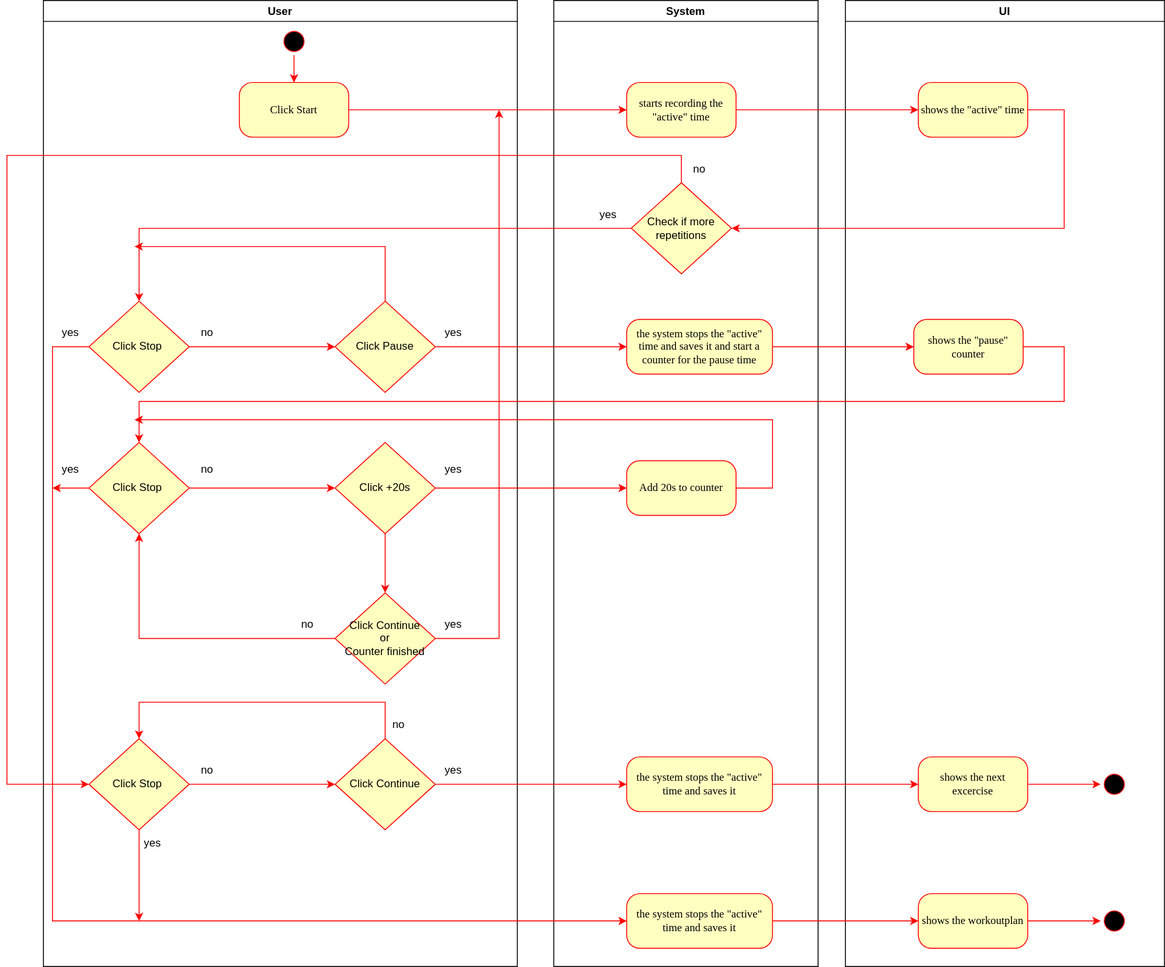
The draw.io diagram Start_Exercise.drawio.svg in willizielke/FitnessWebAppDocumentation, before a commit. Source tidied: cells renumbered, new cells last; positions are measured from the earlier drawing's top-left corner, leaving out a move shared by most shapes.
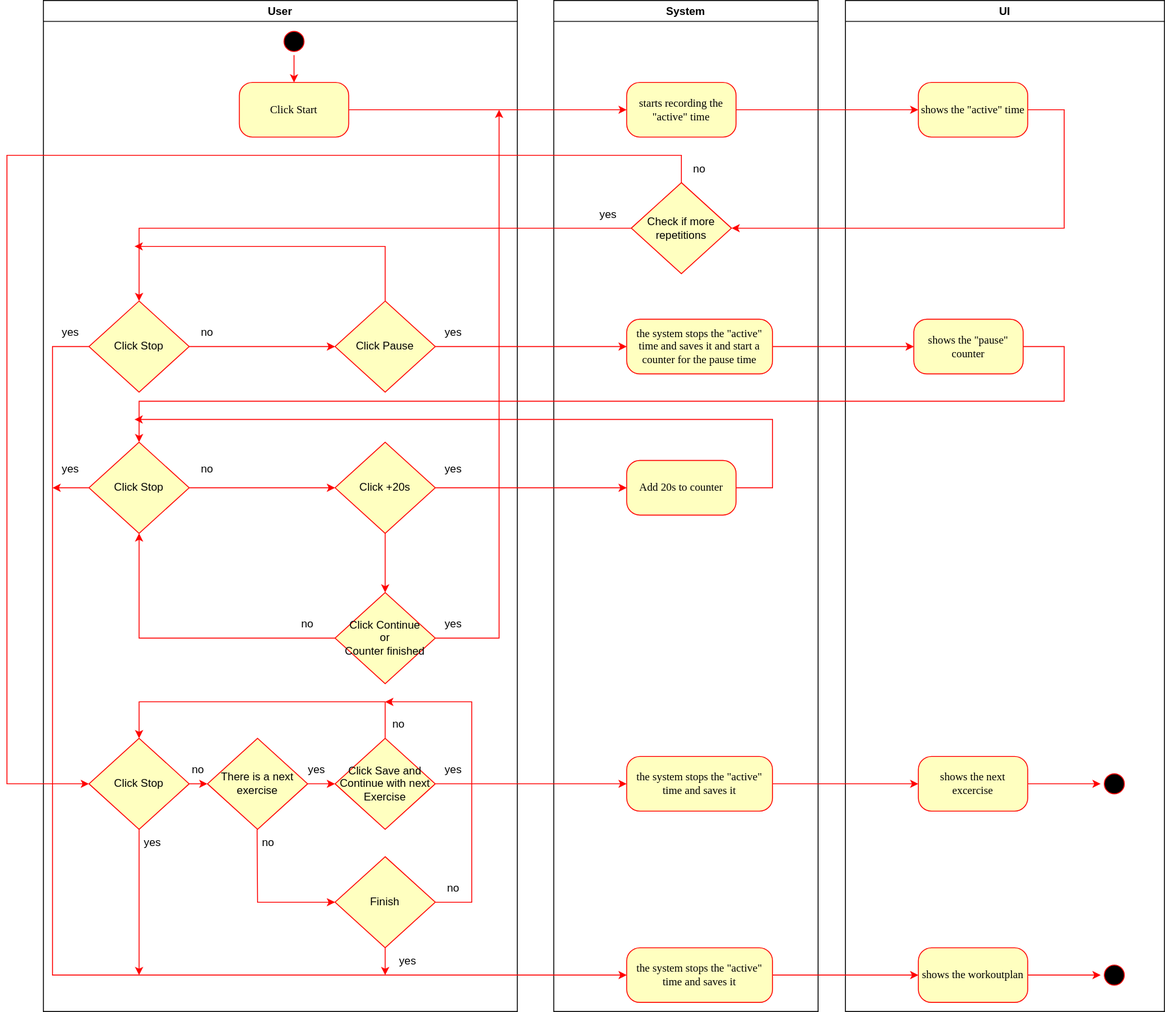
After the commit.

Commit message:
StartExercise Narrative added, UML updated

The edit, as a diff of the source:
```diff
@@ -3,7 +3,7 @@
     <mxCell id="0" />
     <mxCell id="1" parent="0" />
     <mxCell id="2" value="User" style="swimlane;" parent="1" vertex="1">
-      <mxGeometry x="40" width="520" height="1060" as="geometry" />
+      <mxGeometry x="40" width="520" height="1110" as="geometry" />
     </mxCell>
     <mxCell id="3" style="ellipse;html=1;shape=startState;fillColor=#000000;strokeColor=#ff0000;rounded=1;shadow=0;comic=0;labelBackgroundColor=none;fontFamily=Verdana;fontSize=12;fontColor=#000000;align=center;direction=south;" parent="2" vertex="1">
       <mxGeometry x="260" y="30" width="30" height="30" as="geometry" />
@@ -26,15 +26,12 @@
     <mxCell id="9" style="endArrow=classic;html=1;rounded=0;entryX=0;entryY=0.5;entryDx=0;entryDy=0;fillColor=#f8cecc;strokeColor=#FF0000;exitX=1;exitY=0.5;exitDx=0;exitDy=0;" parent="2" edge="1" source="8" target="7">
       <mxGeometry relative="1" as="geometry" />
     </mxCell>
-    <mxCell id="10" value="Click Continue" style="rhombus;whiteSpace=wrap;html=1;fillColor=#FFFFC0;strokeColor=#FF0000;" parent="2" vertex="1">
+    <mxCell id="10" value="Click Save and Continue with next Exercise" style="rhombus;whiteSpace=wrap;html=1;fillColor=#FFFFC0;strokeColor=#FF0000;" parent="2" vertex="1">
       <mxGeometry x="320" y="810" width="110" height="100" as="geometry" />
     </mxCell>
     <mxCell id="11" value="Click Stop&amp;nbsp;" style="rhombus;whiteSpace=wrap;html=1;fillColor=#FFFFC0;strokeColor=#FF0000;" parent="2" vertex="1">
       <mxGeometry x="50" y="810" width="110" height="100" as="geometry" />
     </mxCell>
-    <mxCell id="12" style="endArrow=classic;html=1;rounded=0;fillColor=#f8cecc;strokeColor=#FF0000;exitX=1;exitY=0.5;exitDx=0;exitDy=0;" parent="2" edge="1" source="11" target="10">
-      <mxGeometry relative="1" as="geometry" />
-    </mxCell>
     <mxCell id="13" value="Click Stop&amp;nbsp;" style="rhombus;whiteSpace=wrap;html=1;fillColor=#FFFFC0;strokeColor=#FF0000;" parent="2" vertex="1">
       <mxGeometry x="50" y="485" width="110" height="100" as="geometry" />
     </mxCell>
@@ -79,7 +76,7 @@
       <mxGeometry y="500" width="60" height="30" as="geometry" />
     </mxCell>
     <mxCell id="26" value="no" style="text;html=1;strokeColor=none;fillColor=none;align=center;verticalAlign=middle;whiteSpace=wrap;rounded=0;" parent="2" vertex="1">
-      <mxGeometry x="150" y="830" width="60" height="30" as="geometry" />
+      <mxGeometry x="140" y="830" width="60" height="30" as="geometry" />
     </mxCell>
     <mxCell id="27" value="yes" style="text;html=1;strokeColor=none;fillColor=none;align=center;verticalAlign=middle;whiteSpace=wrap;rounded=0;" parent="2" vertex="1">
       <mxGeometry x="420" y="830" width="60" height="30" as="geometry" />
@@ -98,8 +95,51 @@
     <mxCell id="30" value="no" style="text;html=1;strokeColor=none;fillColor=none;align=center;verticalAlign=middle;whiteSpace=wrap;rounded=0;" parent="2" vertex="1">
       <mxGeometry x="360" y="780" width="60" height="30" as="geometry" />
     </mxCell>
+    <mxCell id="67" value="There is a next exercise" style="rhombus;whiteSpace=wrap;html=1;fillColor=#FFFFC0;strokeColor=#FF0000;" parent="2" vertex="1">
+      <mxGeometry x="180" y="810" width="110" height="100" as="geometry" />
+    </mxCell>
+    <mxCell id="68" style="endArrow=classic;html=1;rounded=0;fillColor=#f8cecc;strokeColor=#FF0000;entryX=0;entryY=0.5;entryDx=0;entryDy=0;" parent="2" edge="1" target="67">
+      <mxGeometry relative="1" as="geometry">
+        <mxPoint x="160" y="860" as="sourcePoint" />
+      </mxGeometry>
+    </mxCell>
+    <mxCell id="69" style="endArrow=classic;html=1;rounded=0;fillColor=#f8cecc;strokeColor=#FF0000;exitX=1;exitY=0.5;exitDx=0;exitDy=0;entryX=0;entryY=0.5;entryDx=0;entryDy=0;" parent="2" edge="1" source="67" target="10">
+      <mxGeometry relative="1" as="geometry" />
+    </mxCell>
+    <mxCell id="70" value="yes" style="text;html=1;strokeColor=none;fillColor=none;align=center;verticalAlign=middle;whiteSpace=wrap;rounded=0;" parent="2" vertex="1">
+      <mxGeometry x="270" y="830" width="60" height="30" as="geometry" />
+    </mxCell>
+    <mxCell id="71" style="endArrow=classic;html=1;rounded=0;fillColor=#f8cecc;strokeColor=#FF0000;exitX=0.5;exitY=1;exitDx=0;exitDy=0;entryX=0;entryY=0.5;entryDx=0;entryDy=0;" parent="2" edge="1" target="72">
+      <mxGeometry relative="1" as="geometry">
+        <mxPoint x="234.5" y="910" as="sourcePoint" />
+        <Array as="points">
+          <mxPoint x="235" y="990" />
+        </Array>
+      </mxGeometry>
+    </mxCell>
+    <mxCell id="72" value="Finish" style="rhombus;whiteSpace=wrap;html=1;fillColor=#FFFFC0;strokeColor=#FF0000;" parent="2" vertex="1">
+      <mxGeometry x="320" y="940" width="110" height="100" as="geometry" />
+    </mxCell>
+    <mxCell id="73" value="no" style="text;html=1;strokeColor=none;fillColor=none;align=center;verticalAlign=middle;whiteSpace=wrap;rounded=0;" parent="2" vertex="1">
+      <mxGeometry x="217" y="910" width="60" height="30" as="geometry" />
+    </mxCell>
+    <mxCell id="74" style="endArrow=classic;html=1;rounded=0;fillColor=#f8cecc;strokeColor=#FF0000;exitX=1;exitY=0.5;exitDx=0;exitDy=0;" parent="2" edge="1" source="72">
+      <mxGeometry relative="1" as="geometry">
+        <mxPoint x="375" y="770" as="targetPoint" />
+        <Array as="points">
+          <mxPoint x="470" y="990" />
+          <mxPoint x="470" y="770" />
+        </Array>
+      </mxGeometry>
+    </mxCell>
+    <mxCell id="75" value="no" style="text;html=1;strokeColor=none;fillColor=none;align=center;verticalAlign=middle;whiteSpace=wrap;rounded=0;" parent="2" vertex="1">
+      <mxGeometry x="420" y="960" width="60" height="30" as="geometry" />
+    </mxCell>
+    <mxCell id="76" value="yes" style="text;html=1;strokeColor=none;fillColor=none;align=center;verticalAlign=middle;whiteSpace=wrap;rounded=0;" parent="2" vertex="1">
+      <mxGeometry x="370" y="1040" width="60" height="30" as="geometry" />
+    </mxCell>
     <mxCell id="31" value="System" style="swimlane;" parent="1" vertex="1">
-      <mxGeometry x="600" width="290" height="1060" as="geometry" />
+      <mxGeometry x="600" width="290" height="1110" as="geometry" />
     </mxCell>
     <mxCell id="32" value="starts recording the &quot;active&quot; time" style="rounded=1;whiteSpace=wrap;html=1;arcSize=24;fillColor=#ffffc0;strokeColor=#ff0000;shadow=0;comic=0;labelBackgroundColor=none;fontFamily=Verdana;fontSize=12;fontColor=#000000;align=center;" parent="31" vertex="1">
       <mxGeometry x="80" y="90" width="120" height="60" as="geometry" />
@@ -122,11 +162,8 @@
     <mxCell id="38" value="no" style="text;html=1;strokeColor=none;fillColor=none;align=center;verticalAlign=middle;whiteSpace=wrap;rounded=0;" parent="31" vertex="1">
       <mxGeometry x="130" y="170" width="60" height="30" as="geometry" />
     </mxCell>
-    <mxCell id="39" value="the system stops the &quot;active&quot; time and saves it" style="rounded=1;whiteSpace=wrap;html=1;arcSize=24;fillColor=#FFFFC0;strokeColor=#FF0000;shadow=0;comic=0;labelBackgroundColor=none;fontFamily=Verdana;fontSize=12;fontColor=#000000;align=center;" parent="31" vertex="1">
-      <mxGeometry x="80" y="980" width="160" height="60" as="geometry" />
-    </mxCell>
     <mxCell id="40" value="UI" style="swimlane;" parent="1" vertex="1">
-      <mxGeometry x="920" width="350" height="1060" as="geometry" />
+      <mxGeometry x="920" width="350" height="1110" as="geometry" />
     </mxCell>
     <mxCell id="41" value="shows the &quot;active&quot; time" style="rounded=1;whiteSpace=wrap;html=1;arcSize=24;fillColor=#ffffc0;strokeColor=#ff0000;shadow=0;comic=0;labelBackgroundColor=none;fontFamily=Verdana;fontSize=12;fontColor=#000000;align=center;" parent="40" vertex="1">
       <mxGeometry x="80" y="90" width="120" height="60" as="geometry" />
@@ -136,9 +173,6 @@
         <mxPoint x="-120" y="120" as="sourcePoint" />
       </mxGeometry>
     </mxCell>
-    <mxCell id="43" style="ellipse;html=1;shape=startState;fillColor=#000000;strokeColor=#ff0000;rounded=1;shadow=0;comic=0;labelBackgroundColor=none;fontFamily=Verdana;fontSize=12;fontColor=#000000;align=center;direction=south;" parent="40" vertex="1">
-      <mxGeometry x="280" y="995" width="30" height="30" as="geometry" />
-    </mxCell>
     <mxCell id="44" value="shows the &quot;pause&quot; counter" style="rounded=1;whiteSpace=wrap;html=1;arcSize=24;fillColor=#ffffc0;strokeColor=#ff0000;shadow=0;comic=0;labelBackgroundColor=none;fontFamily=Verdana;fontSize=12;fontColor=#000000;align=center;" parent="40" vertex="1">
       <mxGeometry x="75" y="350" width="120" height="60" as="geometry" />
     </mxCell>
@@ -151,18 +185,9 @@
     <mxCell id="47" style="endArrow=classic;html=1;rounded=0;entryX=0.5;entryY=1;entryDx=0;entryDy=0;fillColor=#f8cecc;strokeColor=#FF0000;exitX=1;exitY=0.5;exitDx=0;exitDy=0;" parent="40" edge="1" source="45" target="46">
       <mxGeometry relative="1" as="geometry" />
     </mxCell>
-    <mxCell id="48" value="shows the workoutplan" style="rounded=1;whiteSpace=wrap;html=1;arcSize=24;fillColor=#ffffc0;strokeColor=#ff0000;shadow=0;comic=0;labelBackgroundColor=none;fontFamily=Verdana;fontSize=12;fontColor=#000000;align=center;" parent="40" vertex="1">
-      <mxGeometry x="80" y="980" width="120" height="60" as="geometry" />
-    </mxCell>
-    <mxCell id="49" style="endArrow=classic;html=1;rounded=0;fillColor=#f8cecc;strokeColor=#FF0000;exitX=1;exitY=0.5;exitDx=0;exitDy=0;entryX=0.5;entryY=1;entryDx=0;entryDy=0;" parent="40" edge="1" source="48" target="43">
-      <mxGeometry relative="1" as="geometry" />
-    </mxCell>
     <mxCell id="50" style="endArrow=classic;html=1;rounded=0;exitX=1;exitY=0.5;exitDx=0;exitDy=0;entryX=0;entryY=0.5;entryDx=0;entryDy=0;fillColor=#f8cecc;strokeColor=#FF0000;" parent="1" edge="1" source="4" target="32">
       <mxGeometry relative="1" as="geometry" />
     </mxCell>
-    <mxCell id="51" style="endArrow=classic;html=1;rounded=0;fillColor=#f8cecc;strokeColor=#FF0000;exitX=1;exitY=0.5;exitDx=0;exitDy=0;entryX=0;entryY=0.5;entryDx=0;entryDy=0;" parent="1" edge="1" source="39" target="48">
-      <mxGeometry relative="1" as="geometry" />
-    </mxCell>
     <mxCell id="52" style="endArrow=classic;html=1;rounded=0;fillColor=#f8cecc;strokeColor=#FF0000;exitX=1;exitY=0.5;exitDx=0;exitDy=0;entryX=1;entryY=0.5;entryDx=0;entryDy=0;" parent="1" edge="1" source="41" target="35">
       <mxGeometry relative="1" as="geometry">
         <Array as="points">
@@ -232,7 +257,7 @@
       <mxGeometry relative="1" as="geometry">
         <Array as="points">
           <mxPoint x="50" y="380" />
-          <mxPoint x="50" y="1010" />
+          <mxPoint x="50" y="1070" />
         </Array>
       </mxGeometry>
     </mxCell>
@@ -252,8 +277,28 @@
     </mxCell>
     <mxCell id="66" style="endArrow=classic;html=1;rounded=0;fillColor=#f8cecc;strokeColor=#FF0000;exitX=0.5;exitY=1;exitDx=0;exitDy=0;" parent="1" edge="1" source="11">
       <mxGeometry relative="1" as="geometry">
-        <mxPoint x="145" y="1010" as="targetPoint" />
+        <mxPoint x="145" y="1070" as="targetPoint" />
       </mxGeometry>
     </mxCell>
+    <mxCell id="39" value="the system stops the &quot;active&quot; time and saves it" style="rounded=1;whiteSpace=wrap;html=1;arcSize=24;fillColor=#FFFFC0;strokeColor=#FF0000;shadow=0;comic=0;labelBackgroundColor=none;fontFamily=Verdana;fontSize=12;fontColor=#000000;align=center;" parent="1" vertex="1">
+      <mxGeometry x="680" y="1040" width="160" height="60" as="geometry" />
+    </mxCell>
+    <mxCell id="43" style="ellipse;html=1;shape=startState;fillColor=#000000;strokeColor=#ff0000;rounded=1;shadow=0;comic=0;labelBackgroundColor=none;fontFamily=Verdana;fontSize=12;fontColor=#000000;align=center;direction=south;" parent="1" vertex="1">
+      <mxGeometry x="1200" y="1055" width="30" height="30" as="geometry" />
+    </mxCell>
+    <mxCell id="48" value="shows the workoutplan" style="rounded=1;whiteSpace=wrap;html=1;arcSize=24;fillColor=#ffffc0;strokeColor=#ff0000;shadow=0;comic=0;labelBackgroundColor=none;fontFamily=Verdana;fontSize=12;fontColor=#000000;align=center;" parent="1" vertex="1">
+      <mxGeometry x="1000" y="1040" width="120" height="60" as="geometry" />
+    </mxCell>
+    <mxCell id="49" style="endArrow=classic;html=1;rounded=0;fillColor=#f8cecc;strokeColor=#FF0000;exitX=1;exitY=0.5;exitDx=0;exitDy=0;entryX=0.5;entryY=1;entryDx=0;entryDy=0;" parent="1" edge="1" source="48" target="43">
+      <mxGeometry relative="1" as="geometry" />
+    </mxCell>
+    <mxCell id="51" style="endArrow=classic;html=1;rounded=0;fillColor=#f8cecc;strokeColor=#FF0000;exitX=1;exitY=0.5;exitDx=0;exitDy=0;entryX=0;entryY=0.5;entryDx=0;entryDy=0;" parent="1" edge="1" source="39" target="48">
+      <mxGeometry relative="1" as="geometry" />
+    </mxCell>
+    <mxCell id="77" style="endArrow=classic;html=1;rounded=0;fillColor=#f8cecc;strokeColor=#FF0000;exitX=0.5;exitY=1;exitDx=0;exitDy=0;" parent="1" edge="1" source="72">
+      <mxGeometry relative="1" as="geometry">
+        <mxPoint x="415" y="1070" as="targetPoint" />
+      </mxGeometry>
+    </mxCell>
   </root>
 </mxGraphModel>
```
